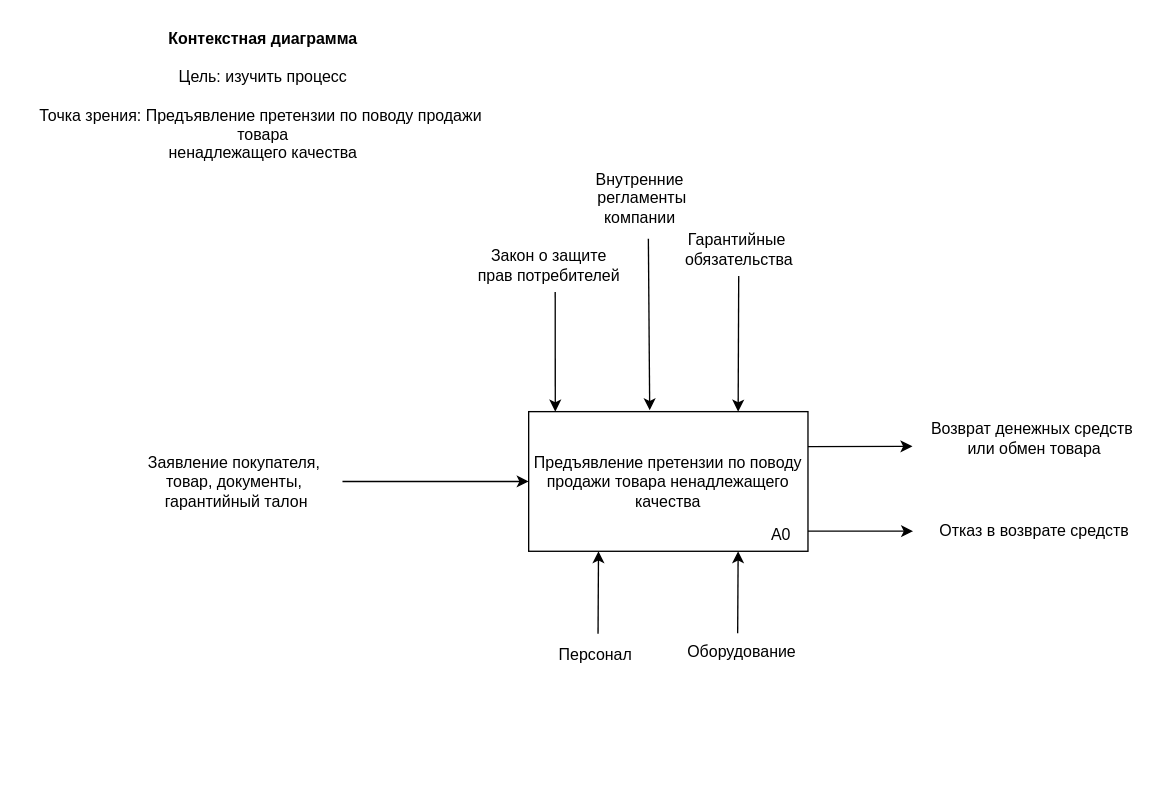
The draw.io diagram page "А-0" (1 of 5) of LAB_2/MIABP_LAB_2.drawio in rxzzd/miabp, before the edit. Source tidied: cells renumbered, new cells numbered last; positions are measured from the earlier drawing's top-left corner, leaving out a move shared by most shapes. Both pictures are drawn from the tidied source at 133%, with x=0, y=0 at pixel (23, 23).
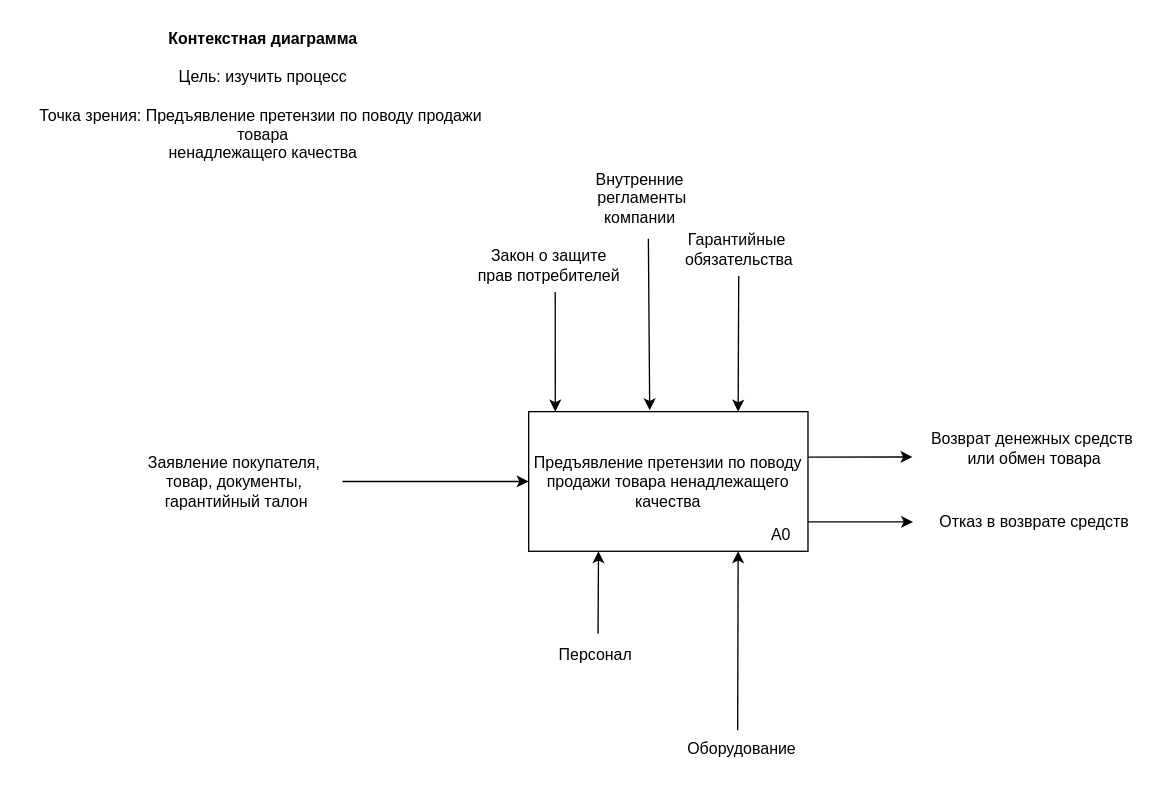
After the change.

The change refers to these unchanged cells:
```xml
<mxCell id="4" value="Предъявление претензии по поводу продажи товара ненадлежащего качества" style="rounded=0;whiteSpace=wrap;html=1;" parent="3" vertex="1">
  <mxGeometry width="210" height="105" as="geometry" />
</mxCell>
```

The edit, as a diff of the source:
```diff
@@
     <mxCell id="8" value="Возврат денежных средств&amp;nbsp;&lt;div&gt;или обмен товара&lt;/div&gt;" style="text;html=1;align=center;verticalAlign=middle;points=[];strokeColor=none;fillColor=none;" parent="1" vertex="1">
-      <mxGeometry x="670" y="292" width="180" height="40" as="geometry" />
+      <mxGeometry x="670" y="300" width="180" height="40" as="geometry" />
     </mxCell>
     <mxCell id="9" value="Отказ в возврате средств" style="text;html=1;align=center;verticalAlign=middle;strokeColor=none;fillColor=none;" parent="1" vertex="1">
-      <mxGeometry x="675" y="367" width="170" height="30" as="geometry" />
+      <mxGeometry x="675" y="360" width="170" height="30" as="geometry" />
     </mxCell>
-    <mxCell id="10" style="endArrow=classic;html=1;rounded=0;exitX=1;exitY=0.25;exitDx=0;exitDy=0;entryX=-0.008;entryY=0.652;entryDx=0;entryDy=0;entryPerimeter=0;" parent="1" edge="1" source="4" target="8">
-      <mxGeometry relative="1" as="geometry" />
+    <mxCell id="10" style="endArrow=classic;html=1;rounded=0;exitX=1;exitY=0.25;exitDx=0;exitDy=0;entryX=-0.008;entryY=0.652;entryDx=0;entryDy=0;entryPerimeter=0;" parent="1" edge="1" target="8">
+      <mxGeometry relative="1" as="geometry">
+        <mxPoint x="590" y="326.2" as="sourcePoint" />
+      </mxGeometry>
     </mxCell>
     <mxCell id="11" style="endArrow=classic;html=1;rounded=0;exitX=1;exitY=0.25;exitDx=0;exitDy=0;entryX=-0.008;entryY=0.652;entryDx=0;entryDy=0;entryPerimeter=0;" parent="1" edge="1">
       <mxGeometry relative="1" as="geometry">
-        <mxPoint x="590" y="381.9" as="sourcePoint" />
-        <mxPoint x="669" y="381.9" as="targetPoint" />
+        <mxPoint x="590" y="374.9" as="sourcePoint" />
+        <mxPoint x="669" y="374.9" as="targetPoint" />
       </mxGeometry>
     </mxCell>
@@
     <mxCell id="20" value="Оборудование " style="text;html=1;align=center;verticalAlign=middle;points=[];strokeColor=none;fillColor=none;" parent="1" vertex="1">
-      <mxGeometry x="485" y="458" width="110" height="30" as="geometry" />
+      <mxGeometry x="485" y="531" width="110" height="30" as="geometry" />
     </mxCell>
```
